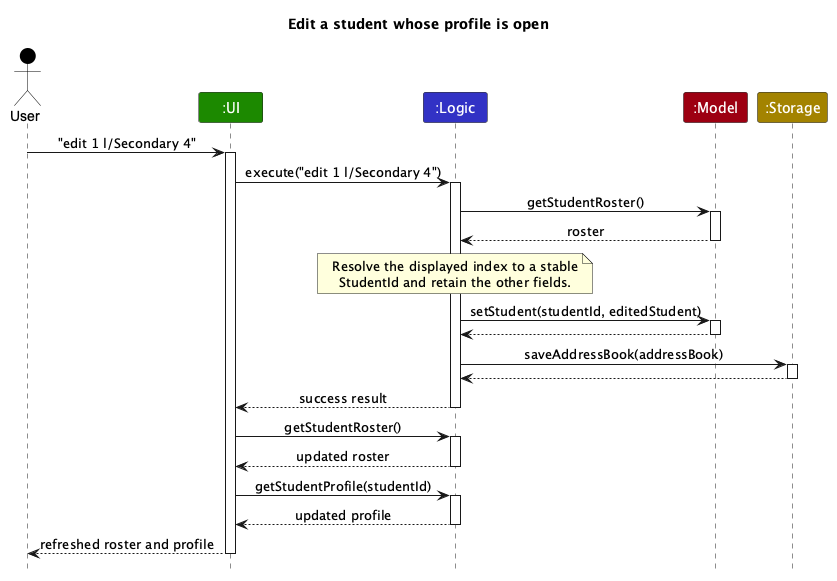
Before: docs/images/EditStudentSequenceDiagram.png, a diagram exported from PlantUML (AY2627S1-CS2103T-F09-1/tp).
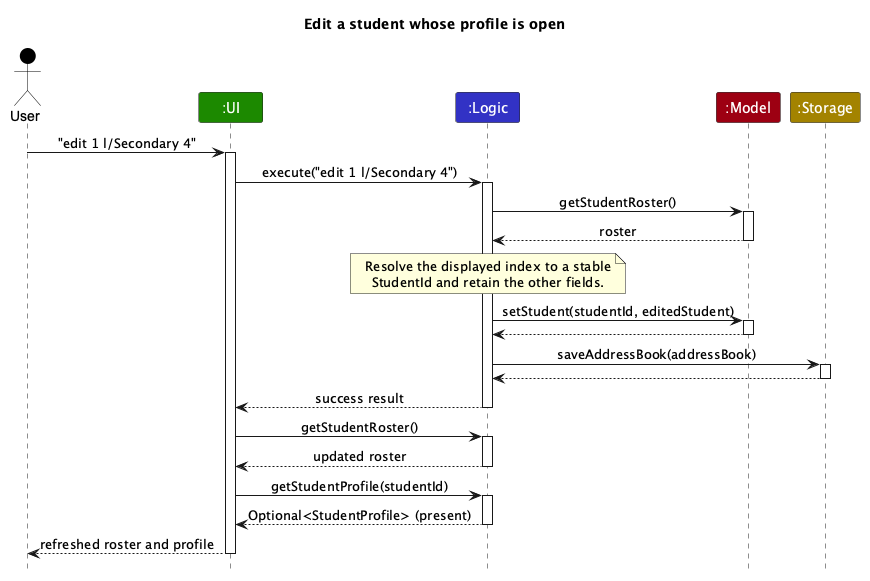
Above is the later version.

Commit message:
Clarify optional profile return

The student-edit diagram labels the successful profile lookup as an updated profile, although Logic returns Optional<StudentProfile>. Show the present optional explicitly and explain the UI unwrapping step in the Developer Guide. Regenerate the diagram image from its PlantUML source.

Diff of the diagram source:
```diff
@@ -38,7 +38,7 @@
 deactivate logic
 ui -> logic : getStudentProfile(studentId)
 activate logic
-logic --> ui : updated profile
+logic --> ui : Optional<StudentProfile> (present)
 deactivate logic
 ui --> user : refreshed roster and profile
 deactivate ui
```
